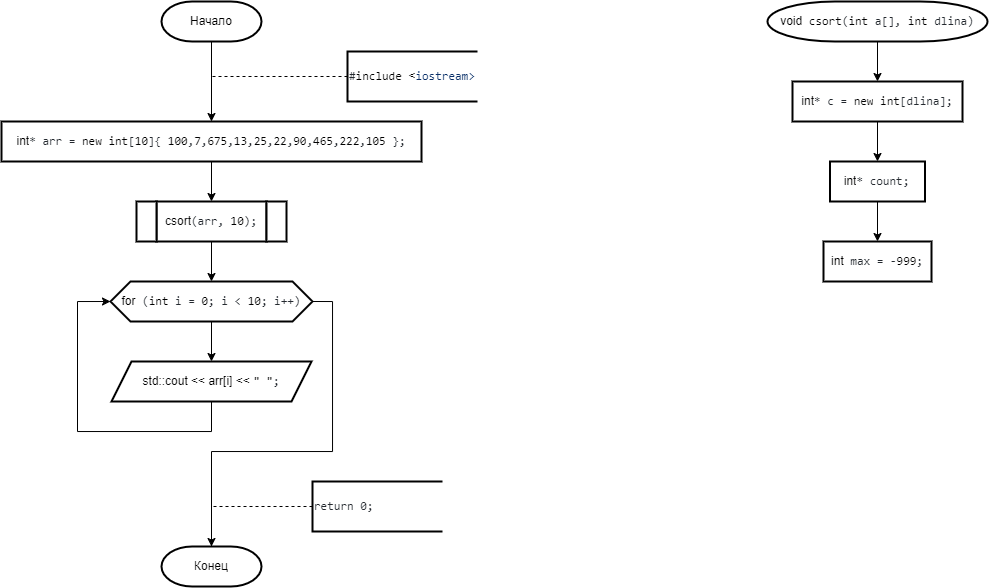
Earlier version of the draw.io export 2 Семестр/Labs/№9 Сложные сортировки быстрая (Хоара), слиянием, подсчетом, блочная, Шелла/Подсчетом.png (IlyaFedoseev227/LABS-PNRPU-IVT-22-1b). Source tidied: cells renumbered, new cells last; positions are measured from the earlier drawing's top-left corner, leaving out a move shared by most shapes.
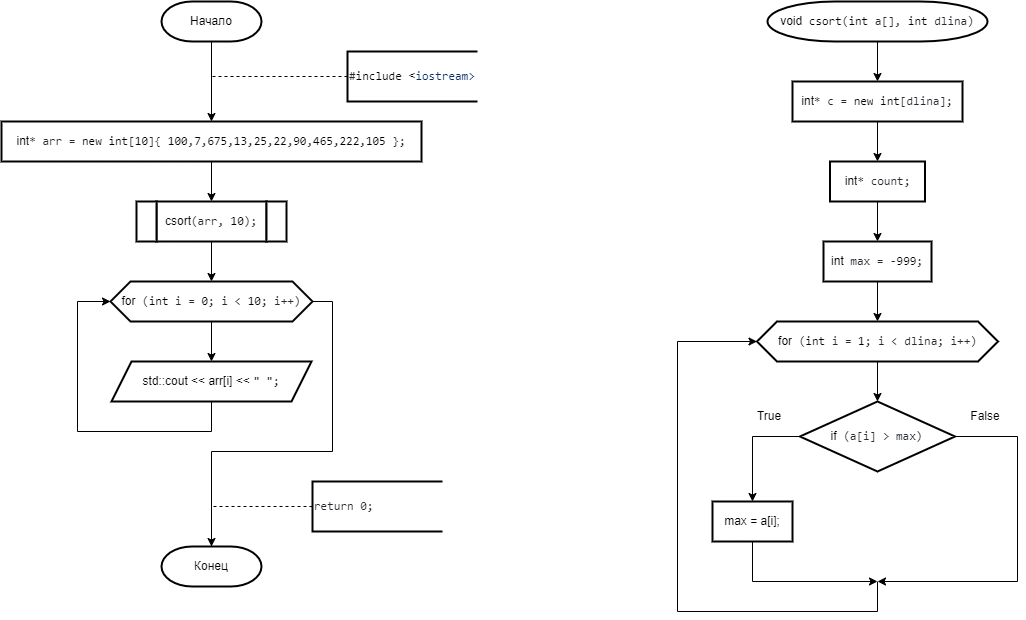
The same file after the commit.

Diff of the diagram source:
```diff
@@ -94,8 +94,59 @@
     <mxCell id="25" value="&lt;div style=&quot;text-align: start;&quot;&gt;int&lt;span style=&quot;color: rgb(36, 41, 47); font-family: ui-monospace, SFMono-Regular, &amp;quot;SF Mono&amp;quot;, Menlo, Consolas, &amp;quot;Liberation Mono&amp;quot;, monospace; background-color: rgb(255, 255, 255);&quot;&gt;* count;&lt;/span&gt;&lt;br&gt;&lt;/div&gt;" style="shape=parallelogram;perimeter=parallelogramPerimeter;whiteSpace=wrap;html=1;fixedSize=1;strokeWidth=2;size=-6;" parent="1" vertex="1">
       <mxGeometry x="828.5" y="160" width="95" height="40" as="geometry" />
     </mxCell>
+    <mxCell id="27" style="edgeStyle=orthogonalEdgeStyle;rounded=0;jettySize=auto;html=1;exitX=0.5;exitY=1;exitDx=0;exitDy=0;entryX=0.5;entryY=0;entryDx=0;entryDy=0;" parent="1" edge="1" source="26" target="29">
+      <mxGeometry relative="1" as="geometry" />
+    </mxCell>
     <mxCell id="26" value="&lt;div style=&quot;text-align: start;&quot;&gt;int&lt;span style=&quot;color: rgb(36, 41, 47); font-family: ui-monospace, SFMono-Regular, &amp;quot;SF Mono&amp;quot;, Menlo, Consolas, &amp;quot;Liberation Mono&amp;quot;, monospace; background-color: rgb(255, 255, 255);&quot;&gt; max = -&lt;/span&gt;&lt;span style=&quot;box-sizing: border-box; color: var(--color-prettylights-syntax-constant); font-family: ui-monospace, SFMono-Regular, &amp;quot;SF Mono&amp;quot;, Menlo, Consolas, &amp;quot;Liberation Mono&amp;quot;, monospace; background-color: rgb(255, 255, 255);&quot; class=&quot;pl-c1&quot;&gt;999&lt;/span&gt;&lt;span style=&quot;color: rgb(36, 41, 47); font-family: ui-monospace, SFMono-Regular, &amp;quot;SF Mono&amp;quot;, Menlo, Consolas, &amp;quot;Liberation Mono&amp;quot;, monospace; background-color: rgb(255, 255, 255);&quot;&gt;;&lt;/span&gt;&lt;br&gt;&lt;/div&gt;" style="shape=parallelogram;perimeter=parallelogramPerimeter;whiteSpace=wrap;html=1;fixedSize=1;strokeWidth=2;size=-6;" parent="1" vertex="1">
       <mxGeometry x="822" y="240" width="108" height="40" as="geometry" />
     </mxCell>
+    <mxCell id="28" style="edgeStyle=orthogonalEdgeStyle;rounded=0;jettySize=auto;html=1;exitX=0.5;exitY=1;exitDx=0;exitDy=0;entryX=0.5;entryY=0;entryDx=0;entryDy=0;" parent="1" edge="1" source="29" target="33">
+      <mxGeometry relative="1" as="geometry" />
+    </mxCell>
+    <mxCell id="29" value="&lt;div style=&quot;text-align: start;&quot;&gt;for&lt;span style=&quot;color: rgb(36, 41, 47); font-family: ui-monospace, SFMono-Regular, &amp;quot;SF Mono&amp;quot;, Menlo, Consolas, &amp;quot;Liberation Mono&amp;quot;, monospace; background-color: rgb(255, 255, 255);&quot;&gt; (&lt;/span&gt;&lt;span style=&quot;box-sizing: border-box; color: var(--color-prettylights-syntax-keyword); font-family: ui-monospace, SFMono-Regular, &amp;quot;SF Mono&amp;quot;, Menlo, Consolas, &amp;quot;Liberation Mono&amp;quot;, monospace; background-color: rgb(255, 255, 255);&quot; class=&quot;pl-k&quot;&gt;int&lt;/span&gt;&lt;span style=&quot;color: rgb(36, 41, 47); font-family: ui-monospace, SFMono-Regular, &amp;quot;SF Mono&amp;quot;, Menlo, Consolas, &amp;quot;Liberation Mono&amp;quot;, monospace; background-color: rgb(255, 255, 255);&quot;&gt; i = &lt;/span&gt;&lt;span style=&quot;box-sizing: border-box; color: var(--color-prettylights-syntax-constant); font-family: ui-monospace, SFMono-Regular, &amp;quot;SF Mono&amp;quot;, Menlo, Consolas, &amp;quot;Liberation Mono&amp;quot;, monospace; background-color: rgb(255, 255, 255);&quot; class=&quot;pl-c1&quot;&gt;1&lt;/span&gt;&lt;span style=&quot;color: rgb(36, 41, 47); font-family: ui-monospace, SFMono-Regular, &amp;quot;SF Mono&amp;quot;, Menlo, Consolas, &amp;quot;Liberation Mono&amp;quot;, monospace; background-color: rgb(255, 255, 255);&quot;&gt;; i &amp;lt; dlina; i++)&lt;/span&gt;&lt;br&gt;&lt;/div&gt;" style="shape=hexagon;perimeter=hexagonPerimeter2;whiteSpace=wrap;html=1;fixedSize=1;strokeWidth=2;" parent="1" vertex="1">
+      <mxGeometry x="755.5" y="320" width="241" height="40" as="geometry" />
+    </mxCell>
+    <mxCell id="30" style="edgeStyle=orthogonalEdgeStyle;rounded=0;jettySize=auto;html=1;exitX=0;exitY=0.5;exitDx=0;exitDy=0;entryX=0.5;entryY=0;entryDx=0;entryDy=0;" parent="1" edge="1" source="33" target="37">
+      <mxGeometry relative="1" as="geometry" />
+    </mxCell>
+    <mxCell id="31" style="edgeStyle=orthogonalEdgeStyle;rounded=0;jettySize=auto;html=1;exitX=1;exitY=0.5;exitDx=0;exitDy=0;" parent="1" edge="1" source="33">
+      <mxGeometry relative="1" as="geometry">
+        <mxPoint x="876" y="580" as="targetPoint" />
+        <Array as="points">
+          <mxPoint x="1016" y="435" />
+          <mxPoint x="1016" y="580" />
+        </Array>
+      </mxGeometry>
+    </mxCell>
+    <mxCell id="32" style="edgeStyle=orthogonalEdgeStyle;rounded=0;jettySize=auto;html=1;entryX=0;entryY=0.5;entryDx=0;entryDy=0;" parent="1" edge="1" target="29">
+      <mxGeometry relative="1" as="geometry">
+        <mxPoint x="876" y="580" as="sourcePoint" />
+        <Array as="points">
+          <mxPoint x="876" y="610" />
+          <mxPoint x="676" y="610" />
+          <mxPoint x="676" y="340" />
+        </Array>
+      </mxGeometry>
+    </mxCell>
+    <mxCell id="33" value="&lt;div style=&quot;text-align: start;&quot;&gt;if&lt;span style=&quot;color: rgb(36, 41, 47); font-family: ui-monospace, SFMono-Regular, &amp;quot;SF Mono&amp;quot;, Menlo, Consolas, &amp;quot;Liberation Mono&amp;quot;, monospace; background-color: rgb(255, 255, 255);&quot;&gt; (a[i] &amp;gt; max)&lt;/span&gt;&lt;br&gt;&lt;/div&gt;" style="rhombus;whiteSpace=wrap;html=1;strokeWidth=2;" parent="1" vertex="1">
+      <mxGeometry x="798.4" y="400" width="155.1" height="70" as="geometry" />
+    </mxCell>
+    <mxCell id="34" value="True" style="text;html=1;strokeColor=none;fillColor=none;align=center;verticalAlign=middle;whiteSpace=wrap;rounded=0;strokeWidth=2;" parent="1" vertex="1">
+      <mxGeometry x="738.4" y="400" width="60" height="30" as="geometry" />
+    </mxCell>
+    <mxCell id="35" value="False" style="text;html=1;strokeColor=none;fillColor=none;align=center;verticalAlign=middle;whiteSpace=wrap;rounded=0;strokeWidth=2;" parent="1" vertex="1">
+      <mxGeometry x="953.6" y="400" width="60" height="30" as="geometry" />
+    </mxCell>
+    <mxCell id="36" style="edgeStyle=orthogonalEdgeStyle;rounded=0;jettySize=auto;html=1;exitX=0.5;exitY=1;exitDx=0;exitDy=0;" parent="1" edge="1" source="37">
+      <mxGeometry relative="1" as="geometry">
+        <mxPoint x="876" y="580" as="targetPoint" />
+        <Array as="points">
+          <mxPoint x="751" y="580" />
+        </Array>
+      </mxGeometry>
+    </mxCell>
+    <mxCell id="37" value="&lt;div style=&quot;text-align: start;&quot;&gt;max = a[i];&lt;br&gt;&lt;/div&gt;" style="shape=parallelogram;perimeter=parallelogramPerimeter;whiteSpace=wrap;html=1;fixedSize=1;strokeWidth=2;size=-6;" parent="1" vertex="1">
+      <mxGeometry x="711" y="500" width="80" height="40" as="geometry" />
+    </mxCell>
   </root>
 </mxGraphModel>
```
